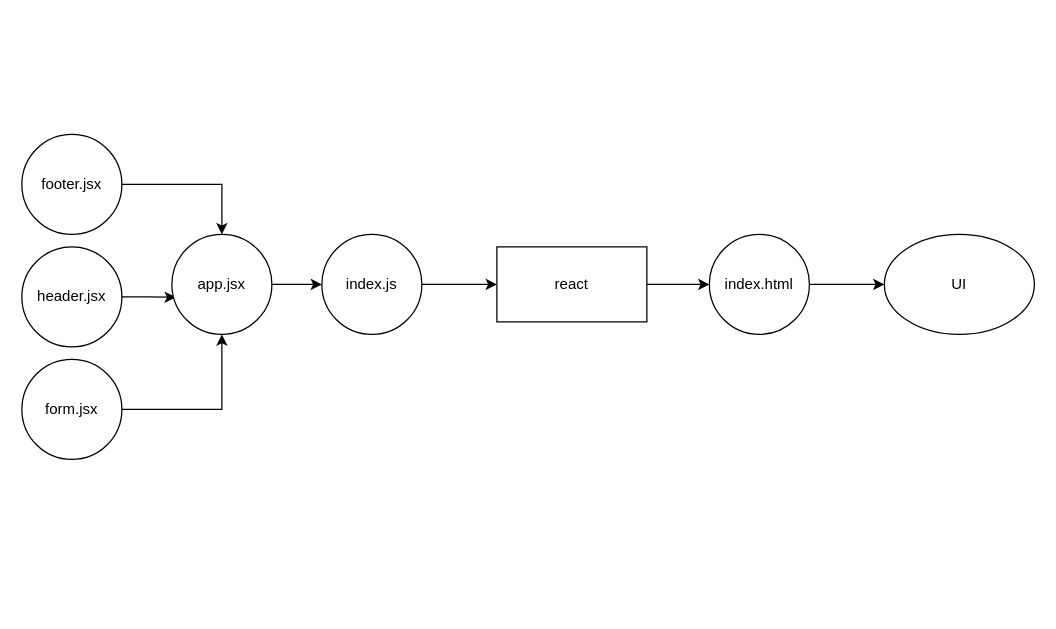
emranaloul/resty keeps this draw.io diagram as Untitled Diagram.drawio. Above is the earlier version. Source tidied: cells renumbered, new cells numbered last; positions are measured from the earlier drawing's top-left corner, leaving out a move shared by most shapes. Both pictures are drawn from the tidied source at 125%, with x=0, y=0 at pixel (21, 134).
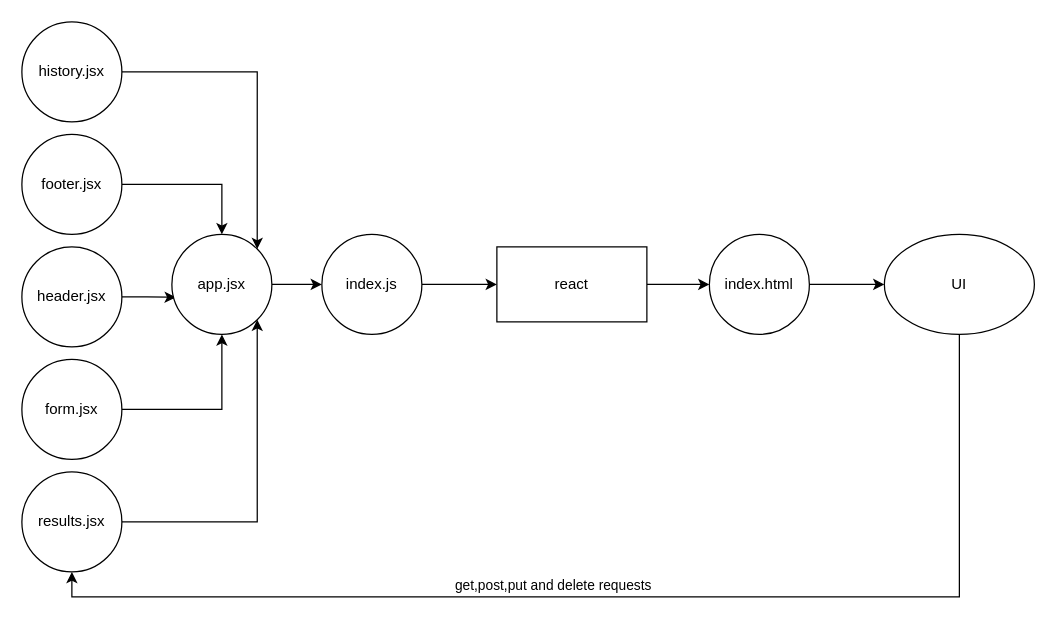
Above is the later version.

Unchanged cells that the change refers to:
```xml
<mxCell id="4" value="UI" style="ellipse;whiteSpace=wrap;html=1;" parent="1" vertex="1">
  <mxGeometry x="690" y="80" width="120" height="80" as="geometry" />
</mxCell>
<mxCell id="16" value="app.jsx" style="ellipse;whiteSpace=wrap;html=1;" parent="1" vertex="1">
  <mxGeometry x="120" y="80" width="80" height="80" as="geometry" />
</mxCell>
```

What changed in the source:
```diff
@@
+    <mxCell id="17" style="edgeStyle=orthogonalEdgeStyle;rounded=0;jettySize=auto;html=1;entryX=0.5;entryY=1;entryDx=0;entryDy=0;" parent="1" edge="1" source="4" target="20">
+      <mxGeometry relative="1" as="geometry">
+        <Array as="points">
+          <mxPoint x="750" y="370" />
+          <mxPoint x="40" y="370" />
+        </Array>
+      </mxGeometry>
+    </mxCell>
+    <mxCell id="18" value="get,post,put and delete requests" style="edgeLabel;html=1;align=center;verticalAlign=middle;" parent="17" vertex="1">
+      <mxGeometry x="0.14" y="2" relative="1" as="geometry">
+        <mxPoint y="-12" as="offset" />
+      </mxGeometry>
+    </mxCell>
@@
+    <mxCell id="19" style="edgeStyle=orthogonalEdgeStyle;rounded=0;jettySize=auto;html=1;entryX=1;entryY=1;entryDx=0;entryDy=0;" parent="1" edge="1" source="20" target="16">
+      <mxGeometry relative="1" as="geometry" />
+    </mxCell>
+    <mxCell id="20" value="results.jsx" style="ellipse;whiteSpace=wrap;html=1;" parent="1" vertex="1">
+      <mxGeometry y="270" width="80" height="80" as="geometry" />
+    </mxCell>
+    <mxCell id="21" style="edgeStyle=orthogonalEdgeStyle;rounded=0;jettySize=auto;html=1;entryX=1;entryY=0;entryDx=0;entryDy=0;" parent="1" edge="1" source="22" target="16">
+      <mxGeometry relative="1" as="geometry" />
+    </mxCell>
+    <mxCell id="22" value="history.jsx" style="ellipse;whiteSpace=wrap;html=1;" parent="1" vertex="1">
+      <mxGeometry y="-90" width="80" height="80" as="geometry" />
+    </mxCell>
```
